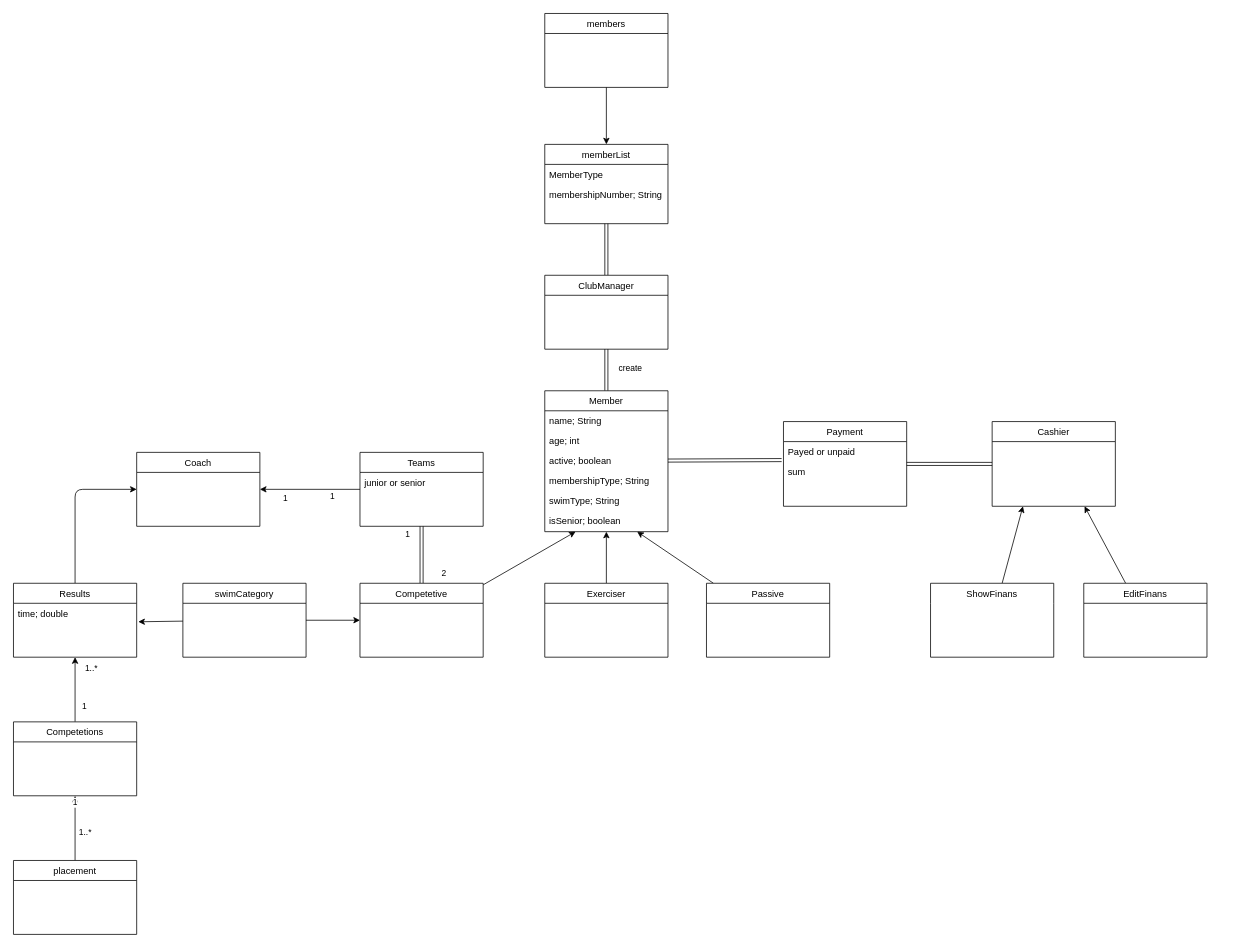
Above: Delfine Domænemodel.drawio in MarcusFN/DelfinenProject (draw.io), before the change. Source tidied: cells renumbered, new cells numbered last; positions are measured from the earlier drawing's top-left corner, leaving out a move shared by most shapes. Both pictures are drawn from the tidied source at 77%, with x=0, y=0 at pixel (13, 13).
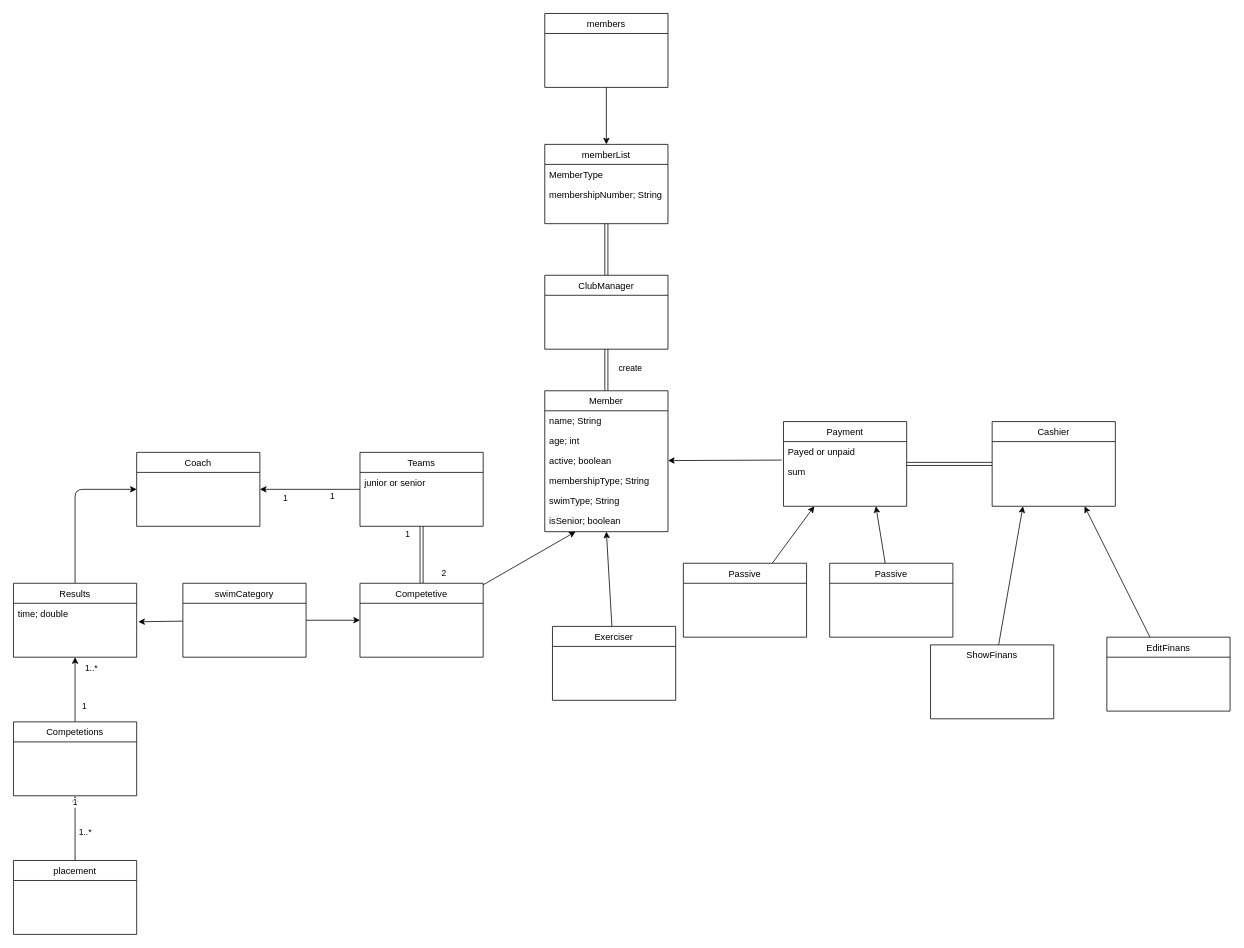
After the change.

Unchanged cells that the change refers to:
```xml
<mxCell id="4" value="Member" style="swimlane;fontStyle=0;align=center;verticalAlign=top;horizontal=1;startSize=26;rounded=0;shadow=0;strokeWidth=1;" parent="1" vertex="1">
  <mxGeometry x="690" y="490" width="160" height="183" as="geometry" />
</mxCell>
<mxCell id="7" value="active; boolean" style="text;align=left;verticalAlign=top;spacingLeft=4;spacingRight=4;overflow=hidden;points=[[0,0.5],[1,0.5]];portConstraint=eastwest;" parent="4" vertex="1">
  <mxGeometry y="78" width="160" height="26" as="geometry" />
</mxCell>
<mxCell id="25" value="Payment" style="swimlane;fontStyle=0;align=center;verticalAlign=top;horizontal=1;startSize=26;rounded=0;shadow=0;strokeWidth=1;" parent="1" vertex="1">
  <mxGeometry x="1000" y="530" width="160" height="110" as="geometry" />
</mxCell>
<mxCell id="27" value="sum" style="text;align=left;verticalAlign=top;spacingLeft=4;spacingRight=4;overflow=hidden;points=[[0,0.5],[1,0.5]];portConstraint=eastwest;" parent="25" vertex="1">
  <mxGeometry y="52" width="160" height="26" as="geometry" />
</mxCell>
```

Change to the diagram source:
```diff
@@
-    <mxCell id="20" style="edgeStyle=none;rounded=1;jettySize=auto;html=1;entryX=0.75;entryY=1;entryDx=0;entryDy=0;" parent="1" edge="1" source="21" target="4">
-      <mxGeometry relative="1" as="geometry" />
-    </mxCell>
+    <mxCell id="59" style="edgeStyle=none;rounded=1;jettySize=auto;html=1;entryX=0.25;entryY=1;entryDx=0;entryDy=0;" parent="1" edge="1" source="21" target="25">
+      <mxGeometry relative="1" as="geometry" />
+    </mxCell>
     <mxCell id="21" value="Passive" style="swimlane;fontStyle=0;align=center;verticalAlign=top;horizontal=1;startSize=26;rounded=0;shadow=0;strokeWidth=1;" parent="1" vertex="1">
-      <mxGeometry x="900" y="740" width="160" height="96" as="geometry" />
+      <mxGeometry x="870" y="714" width="160" height="96" as="geometry" />
     </mxCell>
@@
     <mxCell id="23" value="Exerciser" style="swimlane;fontStyle=0;align=center;verticalAlign=top;horizontal=1;startSize=26;rounded=0;shadow=0;strokeWidth=1;" parent="1" vertex="1">
-      <mxGeometry x="690" y="740" width="160" height="96" as="geometry" />
+      <mxGeometry x="700" y="796" width="160" height="96" as="geometry" />
     </mxCell>
@@
     <mxCell id="32" value="ShowFinans" style="swimlane;fontStyle=0;align=center;verticalAlign=top;horizontal=1;startSize=26;rounded=0;shadow=0;strokeWidth=1;strokeColor=default;swimlaneLine=0;" parent="1" vertex="1">
-      <mxGeometry x="1191" y="740" width="160" height="96" as="geometry" />
+      <mxGeometry x="1191" y="820" width="160" height="96" as="geometry" />
     </mxCell>
@@
     <mxCell id="34" value="EditFinans" style="swimlane;fontStyle=0;align=center;verticalAlign=top;horizontal=1;startSize=26;rounded=0;shadow=0;strokeWidth=1;" parent="1" vertex="1">
-      <mxGeometry x="1390" y="740" width="160" height="96" as="geometry" />
+      <mxGeometry x="1420" y="810" width="160" height="96" as="geometry" />
     </mxCell>
-    <mxCell id="35" style="edgeStyle=none;rounded=1;jettySize=auto;html=1;entryX=-0.015;entryY=-0.077;entryDx=0;entryDy=0;entryPerimeter=0;shape=link;" parent="1" edge="1" source="7" target="27">
-      <mxGeometry relative="1" as="geometry" />
-    </mxCell>
@@
+    <mxCell id="35" style="edgeStyle=none;rounded=1;jettySize=auto;html=1;exitX=-0.015;exitY=-0.077;exitDx=0;exitDy=0;exitPerimeter=0;" parent="1" edge="1" source="27" target="7">
+      <mxGeometry relative="1" as="geometry" />
+    </mxCell>
+    <mxCell id="60" style="edgeStyle=none;rounded=1;jettySize=auto;html=1;entryX=0.75;entryY=1;entryDx=0;entryDy=0;" parent="1" edge="1" source="61" target="25">
+      <mxGeometry relative="1" as="geometry" />
+    </mxCell>
+    <mxCell id="61" value="Passive" style="swimlane;fontStyle=0;align=center;verticalAlign=top;horizontal=1;startSize=26;rounded=0;shadow=0;strokeWidth=1;" parent="1" vertex="1">
+      <mxGeometry x="1060" y="714" width="160" height="96" as="geometry" />
+    </mxCell>
```
